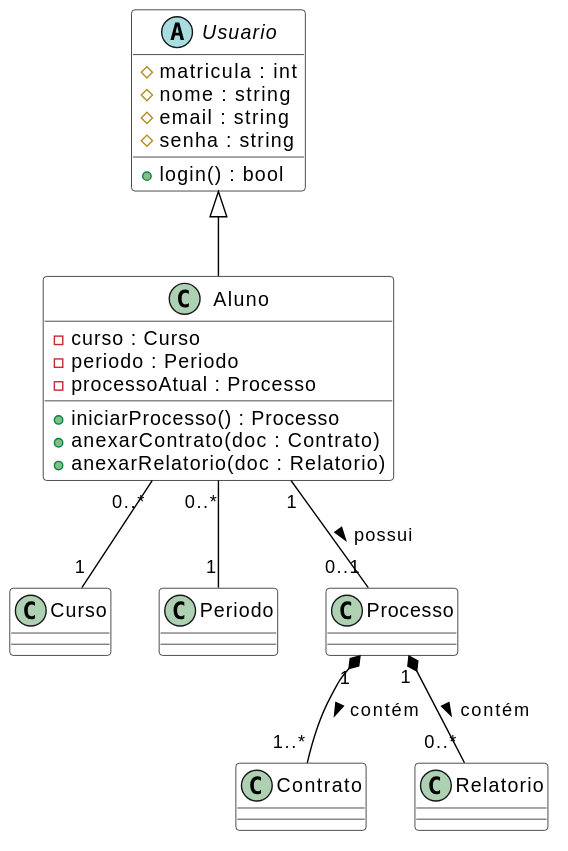
Before: docs/assets/Diagramas/out/diagrama_classes_aluno.svg, a diagram exported from PlantUML (Projetos-de-Extensao/PBE_26.1_8002_III). The source it was exported from:
```plantuml
@startuml
skinparam class {
BackgroundColor White
ArrowColor Black
BorderColor Black
}

abstract class Usuario {
# matricula : int
# nome : string
# email : string
# senha : string
+ login() : bool
}

class Aluno extends Usuario {
- curso : Curso
- periodo : Periodo
- processoAtual : Processo
+ iniciarProcesso() : Processo
+ anexarContrato(doc : Contrato)
+ anexarRelatorio(doc : Relatorio)
}

class Curso {
}

class Periodo {
}

class Processo {
}

class Contrato {
}

class Relatorio {
}

Aluno "0..*" -- "1" Curso
Aluno "0..*" -- "1" Periodo
Aluno "1" -- "0..1" Processo : possui >
Processo "1" *-- "1..*" Contrato : contém >
Processo "1" *-- "0..*" Relatorio : contém >
@enduml
```
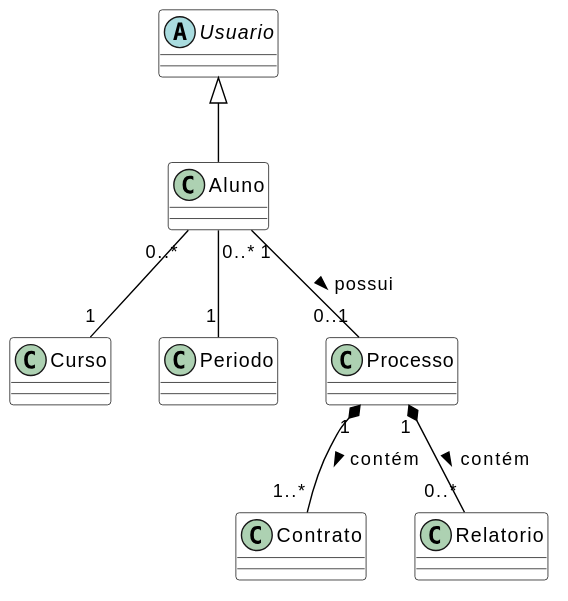
The same file after the commit.

Commit message:
docs: corrigindo a besteira da IA no diagrama de classes

What changed in the source:
```diff
@@ -6,20 +6,9 @@
 }
 
 abstract class Usuario {
-# matricula : int
-# nome : string
-# email : string
-# senha : string
-+ login() : bool
 }
 
 class Aluno extends Usuario {
-- curso : Curso
-- periodo : Periodo
-- processoAtual : Processo
-+ iniciarProcesso() : Processo
-+ anexarContrato(doc : Contrato)
-+ anexarRelatorio(doc : Relatorio)
 }
 
 class Curso {
```
